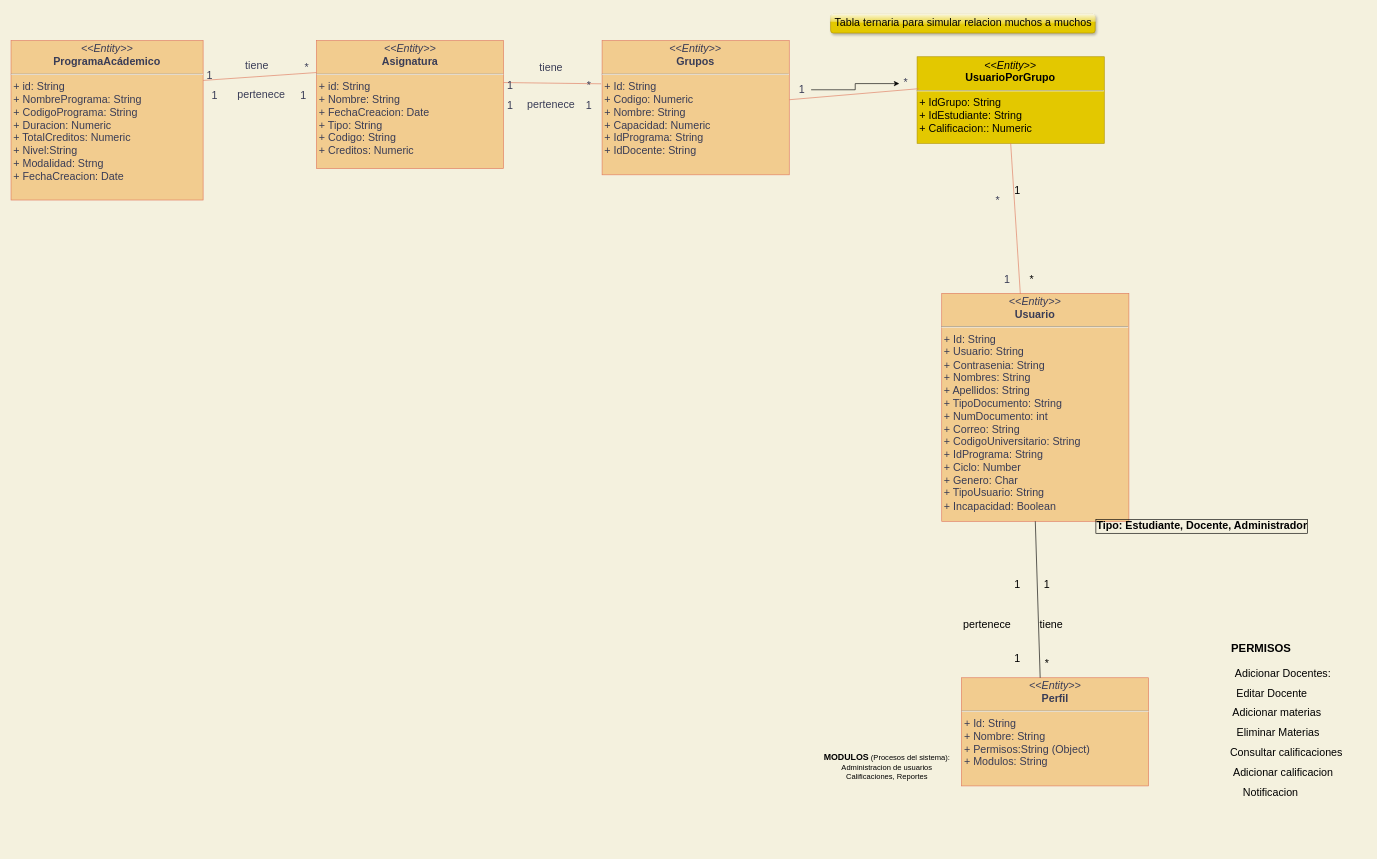
williamvargas7/EduFree-Eq2 keeps this draw.io diagram as Diagramas/Diagrama de Entidades.drawio. Above is the earlier version. Source tidied: cells renumbered, new cells numbered last; positions are measured from the earlier drawing's top-left corner, leaving out a move shared by most shapes. Both pictures are drawn from the tidied source at 63%, with x=0, y=0 at pixel (11, 11).
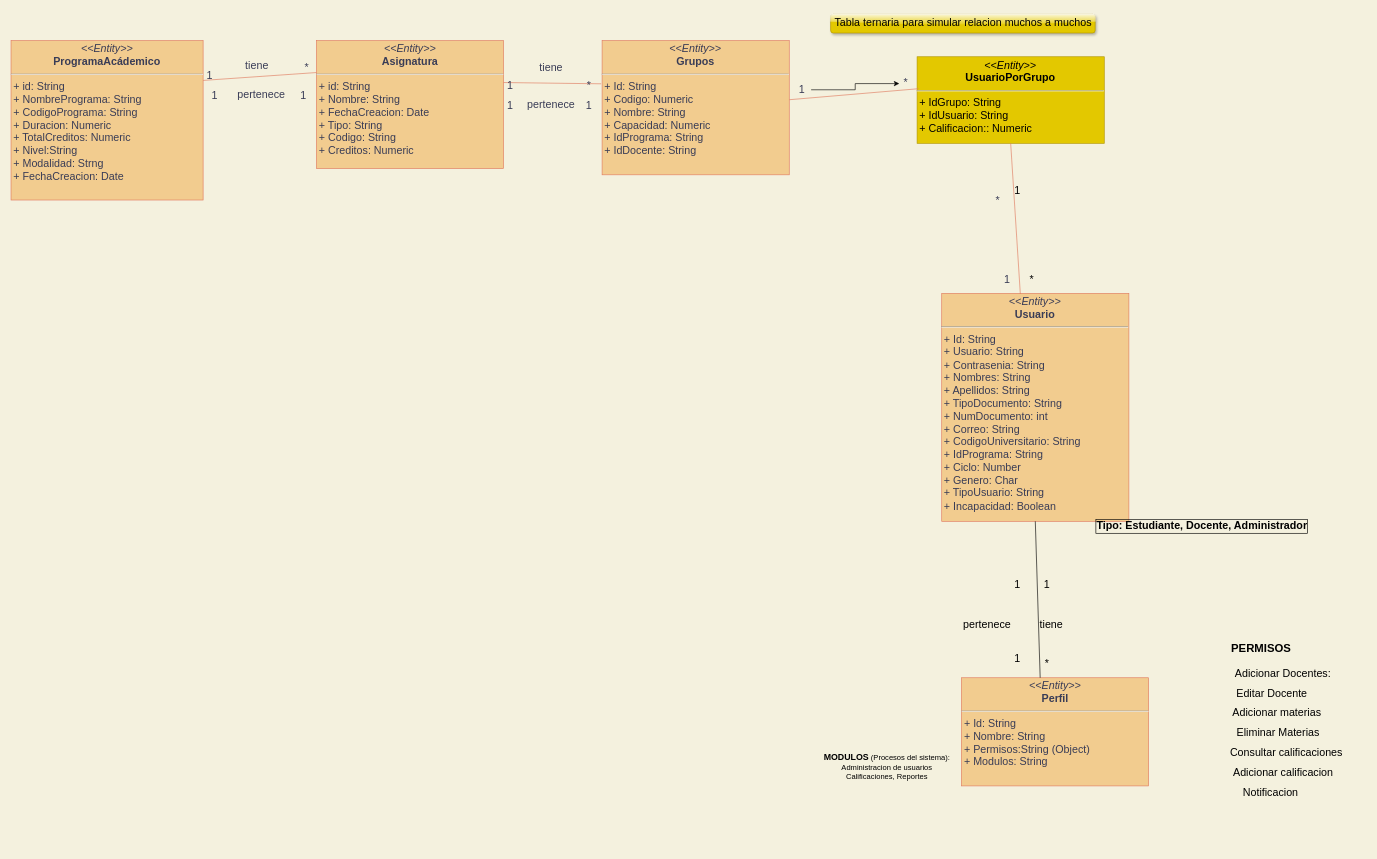
Above is the later version.

Commit message:
Actualizacion Tabla Ternaria IdUsuario

Unchanged cells that the change refers to:
```xml
<mxCell id="2" style="group;fontSize=17;" parent="1" vertex="1">
  <mxGeometry width="2150" height="1330" as="geometry" />
</mxCell>
```

Change to the diagram source:
```diff
@@
-    <mxCell id="22" value="&lt;p style=&quot;margin: 4px 0px 0px ; text-align: center ; font-size: 17px&quot;&gt;&lt;i style=&quot;font-size: 17px&quot;&gt;&amp;lt;&amp;lt;Entity&amp;gt;&amp;gt;&lt;/i&gt;&lt;br style=&quot;font-size: 17px&quot;&gt;&lt;b style=&quot;font-size: 17px&quot;&gt;UsuarioPorGrupo&lt;/b&gt;&lt;/p&gt;&lt;hr style=&quot;font-size: 17px&quot;&gt;&lt;p style=&quot;margin: 0px 0px 0px 4px ; font-size: 17px&quot;&gt;&lt;span style=&quot;text-align: center ; font-size: 17px&quot;&gt;+ IdGrupo: String&lt;/span&gt;&lt;br style=&quot;text-align: center ; font-size: 17px&quot;&gt;&lt;span style=&quot;text-align: center ; font-size: 17px&quot;&gt;+ IdEstudiante: String&lt;/span&gt;&lt;br style=&quot;font-size: 17px&quot;&gt;&lt;/p&gt;&lt;p style=&quot;margin: 0px 0px 0px 4px ; font-size: 17px&quot;&gt;+ Calificacion:: Numeric&lt;/p&gt;&lt;p style=&quot;margin: 0px 0px 0px 4px ; font-size: 17px&quot;&gt;&lt;br style=&quot;font-size: 17px&quot;&gt;&lt;/p&gt;" style="verticalAlign=top;align=left;overflow=fill;fontSize=17;fontFamily=Helvetica;html=1;fillColor=#e3c800;strokeColor=#B09500;fontColor=#000000;rounded=0;shadow=0;sketch=0;glass=0;" parent="2" vertex="1">
+    <mxCell id="22" value="&lt;p style=&quot;margin: 4px 0px 0px ; text-align: center ; font-size: 17px&quot;&gt;&lt;i style=&quot;font-size: 17px&quot;&gt;&amp;lt;&amp;lt;Entity&amp;gt;&amp;gt;&lt;/i&gt;&lt;br style=&quot;font-size: 17px&quot;&gt;&lt;b style=&quot;font-size: 17px&quot;&gt;UsuarioPorGrupo&lt;/b&gt;&lt;/p&gt;&lt;hr style=&quot;font-size: 17px&quot;&gt;&lt;p style=&quot;margin: 0px 0px 0px 4px ; font-size: 17px&quot;&gt;&lt;span style=&quot;text-align: center ; font-size: 17px&quot;&gt;+ IdGrupo: String&lt;/span&gt;&lt;br style=&quot;text-align: center ; font-size: 17px&quot;&gt;&lt;span style=&quot;text-align: center ; font-size: 17px&quot;&gt;+ IdUsuario: String&lt;/span&gt;&lt;br style=&quot;font-size: 17px&quot;&gt;&lt;/p&gt;&lt;p style=&quot;margin: 0px 0px 0px 4px ; font-size: 17px&quot;&gt;+ Calificacion:: Numeric&lt;/p&gt;&lt;p style=&quot;margin: 0px 0px 0px 4px ; font-size: 17px&quot;&gt;&lt;br style=&quot;font-size: 17px&quot;&gt;&lt;/p&gt;" style="verticalAlign=top;align=left;overflow=fill;fontSize=17;fontFamily=Helvetica;html=1;fillColor=#e3c800;strokeColor=#B09500;fontColor=#000000;rounded=0;shadow=0;sketch=0;glass=0;" parent="2" vertex="1">
       <mxGeometry x="1438.2" y="72.6" width="297.1" height="137.4" as="geometry" />
     </mxCell>
```
